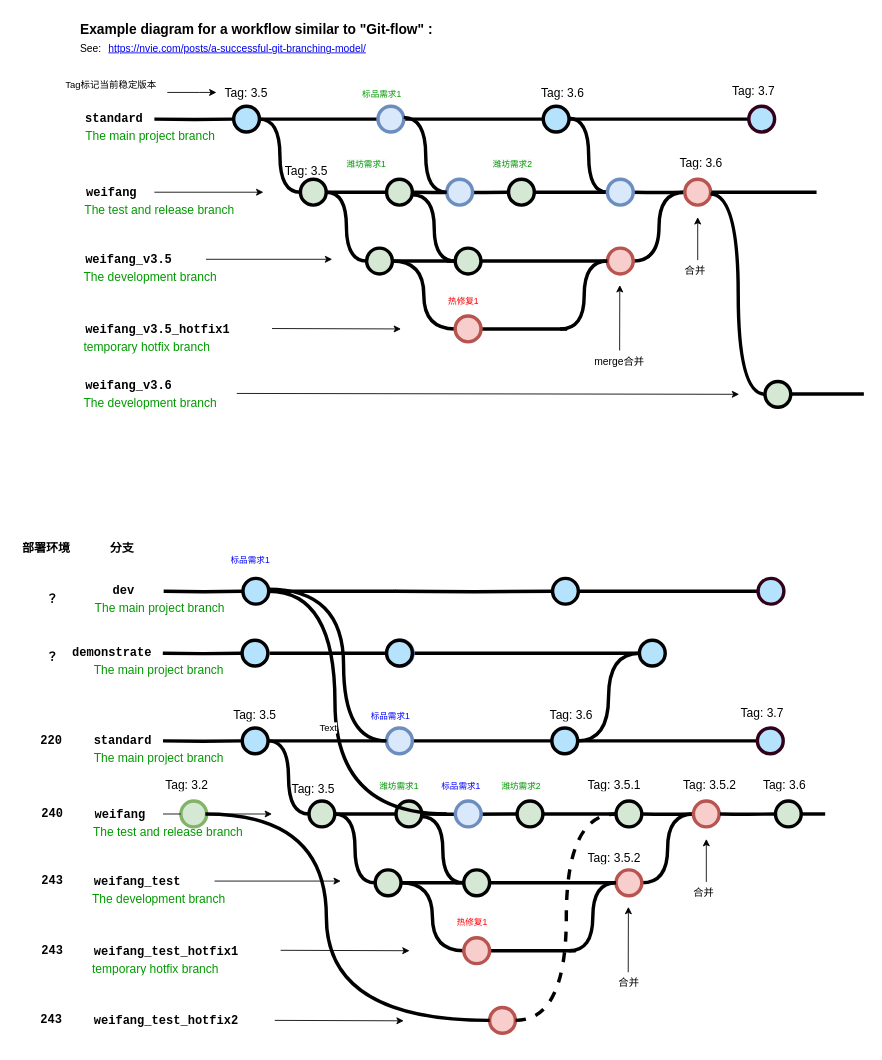
jasoncen94/learngit keeps this draw.io diagram as Untitled Diagram.drawio. Above is the earlier version. Source tidied: cells renumbered, new cells numbered last; positions are measured from the earlier drawing's top-left corner, leaving out a move shared by most shapes. Both pictures are drawn from the tidied source at 86%, with x=0, y=0 at pixel (14, 15).
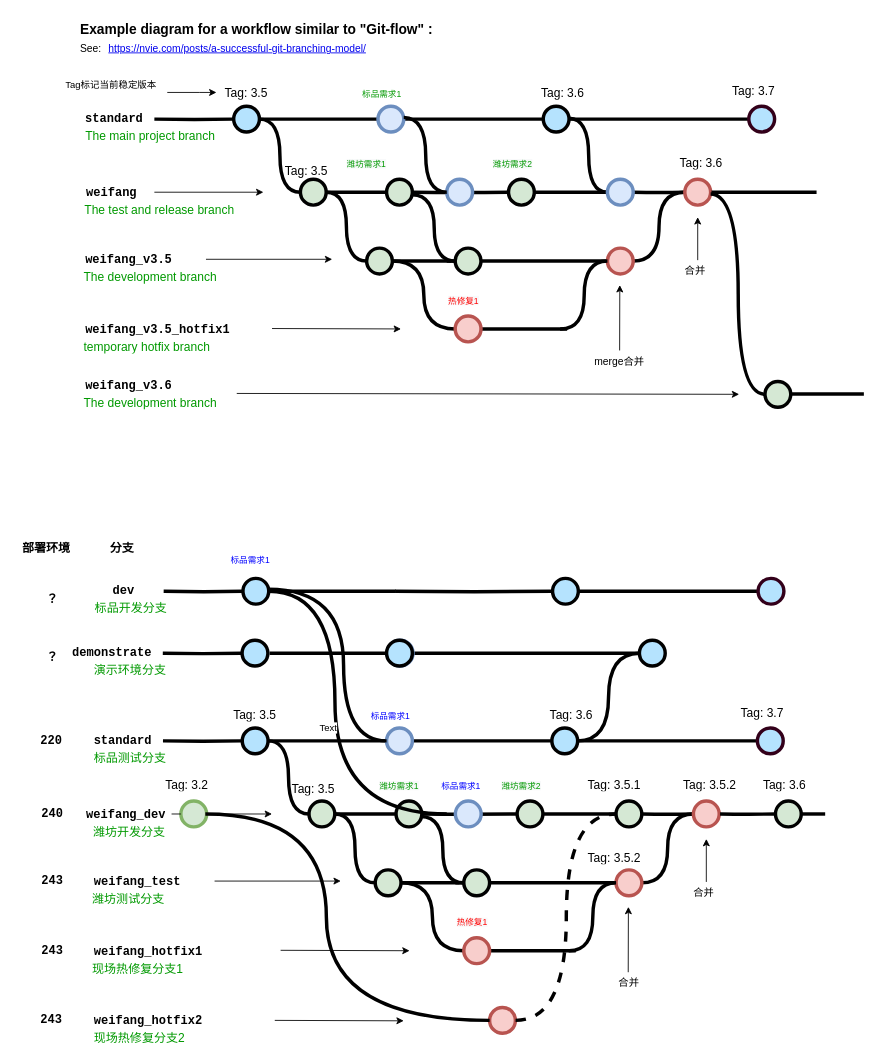
The same diagram, later.

Diff of the diagram source:
```diff
@@
-    <mxCell id="86" value="weifang" style="text;html=1;strokeColor=none;fillColor=none;align=left;verticalAlign=middle;whiteSpace=wrap;overflow=hidden;fontSize=14;fontStyle=1;fontFamily=Courier New;" parent="1" vertex="1">
-      <mxGeometry x="91.8" y="919" width="81.2" height="20" as="geometry" />
+    <mxCell id="86" value="weifang_dev" style="text;html=1;strokeColor=none;fillColor=none;align=left;verticalAlign=middle;whiteSpace=wrap;overflow=hidden;fontSize=14;fontStyle=1;fontFamily=Courier New;" parent="1" vertex="1">
+      <mxGeometry x="81.8" y="919" width="101.2" height="20" as="geometry" />
     </mxCell>
@@
-    <mxCell id="100" value="weifang_test_hotfix1" style="text;html=1;strokeColor=none;fillColor=none;align=left;verticalAlign=middle;whiteSpace=wrap;overflow=hidden;fontSize=14;fontStyle=1;fontFamily=Courier New;" parent="1" vertex="1">
+    <mxCell id="100" value="weifang_hotfix1" style="text;html=1;strokeColor=none;fillColor=none;align=left;verticalAlign=middle;whiteSpace=wrap;overflow=hidden;fontSize=14;fontStyle=1;fontFamily=Courier New;" parent="1" vertex="1">
       <mxGeometry x="90.5" y="1078" width="240" height="20" as="geometry" />
     </mxCell>
-    <mxCell id="101" value="The development branch" style="text;html=1;strokeColor=none;fillColor=none;align=left;verticalAlign=middle;whiteSpace=wrap;overflow=hidden;fontSize=14;fontStyle=0;fontColor=#009900;" parent="1" vertex="1">
+    <mxCell id="101" value="潍坊测试分支" style="text;html=1;strokeColor=none;fillColor=none;align=left;verticalAlign=middle;whiteSpace=wrap;overflow=hidden;fontSize=14;fontStyle=0;fontColor=#009900;" parent="1" vertex="1">
       <mxGeometry x="88.8" y="1017" width="240" height="20" as="geometry" />
     </mxCell>
-    <mxCell id="102" value="temporary hotfix branch" style="text;html=1;strokeColor=none;fillColor=none;align=left;verticalAlign=middle;whiteSpace=wrap;overflow=hidden;fontSize=14;fontStyle=0;fontColor=#009900;" parent="1" vertex="1">
+    <mxCell id="102" value="现场热修复分支1" style="text;html=1;strokeColor=none;fillColor=none;align=left;verticalAlign=middle;whiteSpace=wrap;overflow=hidden;fontSize=14;fontStyle=0;fontColor=#009900;" parent="1" vertex="1">
       <mxGeometry x="88.8" y="1098" width="240" height="20" as="geometry" />
     </mxCell>
-    <mxCell id="103" value="The test and release branch" style="text;html=1;strokeColor=none;fillColor=none;align=left;verticalAlign=middle;whiteSpace=wrap;overflow=hidden;fontSize=14;fontStyle=0;fontColor=#009900;" parent="1" vertex="1">
+    <mxCell id="103" value="潍坊开发分支" style="text;html=1;strokeColor=none;fillColor=none;align=left;verticalAlign=middle;whiteSpace=wrap;overflow=hidden;fontSize=14;fontStyle=0;fontColor=#009900;" parent="1" vertex="1">
       <mxGeometry x="89.8" y="939" width="240" height="20" as="geometry" />
     </mxCell>
-    <mxCell id="104" value="The main project branch" style="text;html=1;strokeColor=none;fillColor=none;align=left;verticalAlign=middle;whiteSpace=wrap;overflow=hidden;fontSize=14;fontStyle=0;fontColor=#009900;" parent="1" vertex="1">
+    <mxCell id="104" value="标品测试分支" style="text;html=1;strokeColor=none;fillColor=none;align=left;verticalAlign=middle;whiteSpace=wrap;overflow=hidden;fontSize=14;fontStyle=0;fontColor=#009900;" parent="1" vertex="1">
       <mxGeometry x="91.2" y="853" width="161.8" height="20" as="geometry" />
     </mxCell>
@@
-    <mxCell id="139" value="weifang_test_hotfix2" style="text;html=1;strokeColor=none;fillColor=none;align=left;verticalAlign=middle;whiteSpace=wrap;overflow=hidden;fontSize=14;fontStyle=1;fontFamily=Courier New;" parent="1" vertex="1">
+    <mxCell id="139" value="weifang_hotfix2" style="text;html=1;strokeColor=none;fillColor=none;align=left;verticalAlign=middle;whiteSpace=wrap;overflow=hidden;fontSize=14;fontStyle=1;fontFamily=Courier New;" parent="1" vertex="1">
       <mxGeometry x="90.5" y="1159" width="240" height="20" as="geometry" />
     </mxCell>
@@
-    <mxCell id="146" value="The main project branch" style="text;html=1;strokeColor=none;fillColor=none;align=left;verticalAlign=middle;whiteSpace=wrap;overflow=hidden;fontSize=14;fontStyle=0;fontColor=#009900;" parent="1" vertex="1">
+    <mxCell id="146" value="演示环境分支" style="text;html=1;strokeColor=none;fillColor=none;align=left;verticalAlign=middle;whiteSpace=wrap;overflow=hidden;fontSize=14;fontStyle=0;fontColor=#009900;" parent="1" vertex="1">
       <mxGeometry x="91" y="751" width="161.8" height="20" as="geometry" />
     </mxCell>
@@
-    <mxCell id="157" value="The main project branch" style="text;html=1;strokeColor=none;fillColor=none;align=left;verticalAlign=middle;whiteSpace=wrap;overflow=hidden;fontSize=14;fontStyle=0;fontColor=#009900;" parent="1" vertex="1">
+    <mxCell id="157" value="标品开发分支" style="text;html=1;strokeColor=none;fillColor=none;align=left;verticalAlign=middle;whiteSpace=wrap;overflow=hidden;fontSize=14;fontStyle=0;fontColor=#009900;" parent="1" vertex="1">
       <mxGeometry x="92" y="679" width="161.8" height="20" as="geometry" />
     </mxCell>
@@
+    <mxCell id="181" value="现场热修复分支2" style="text;html=1;strokeColor=none;fillColor=none;align=left;verticalAlign=middle;whiteSpace=wrap;overflow=hidden;fontSize=14;fontStyle=0;fontColor=#009900;" parent="1" vertex="1">
+      <mxGeometry x="90.8" y="1179" width="240" height="20" as="geometry" />
+    </mxCell>
```
